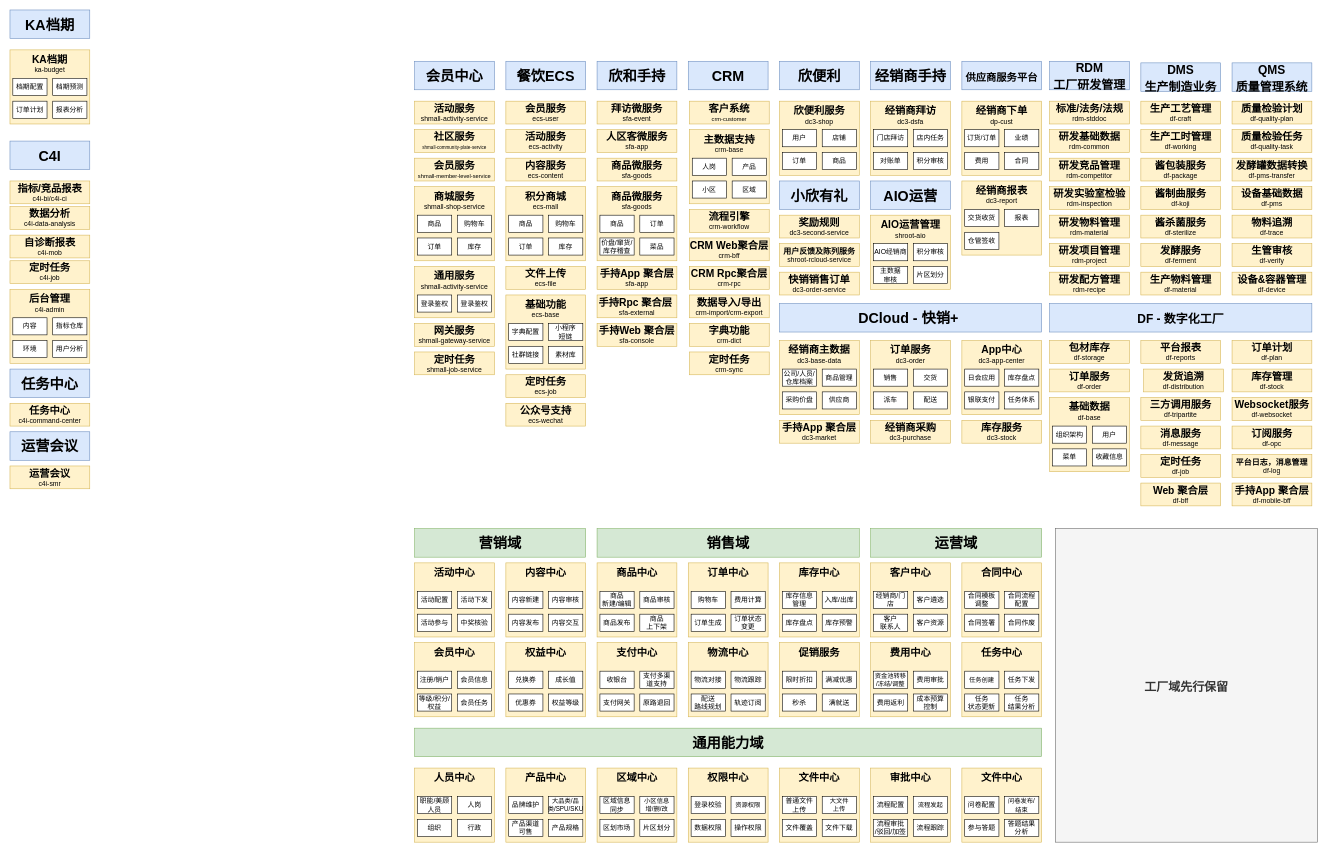
Before: shinho/【1021】架构图绘制.drawio in 18857545022/-, a draw.io diagram. Source tidied: cells renumbered, new cells numbered last; positions are measured from the earlier drawing's top-left corner, leaving out a move shared by most shapes. Both pictures are drawn from the tidied source at 57%, with x=0, y=0 at pixel (10, 10).
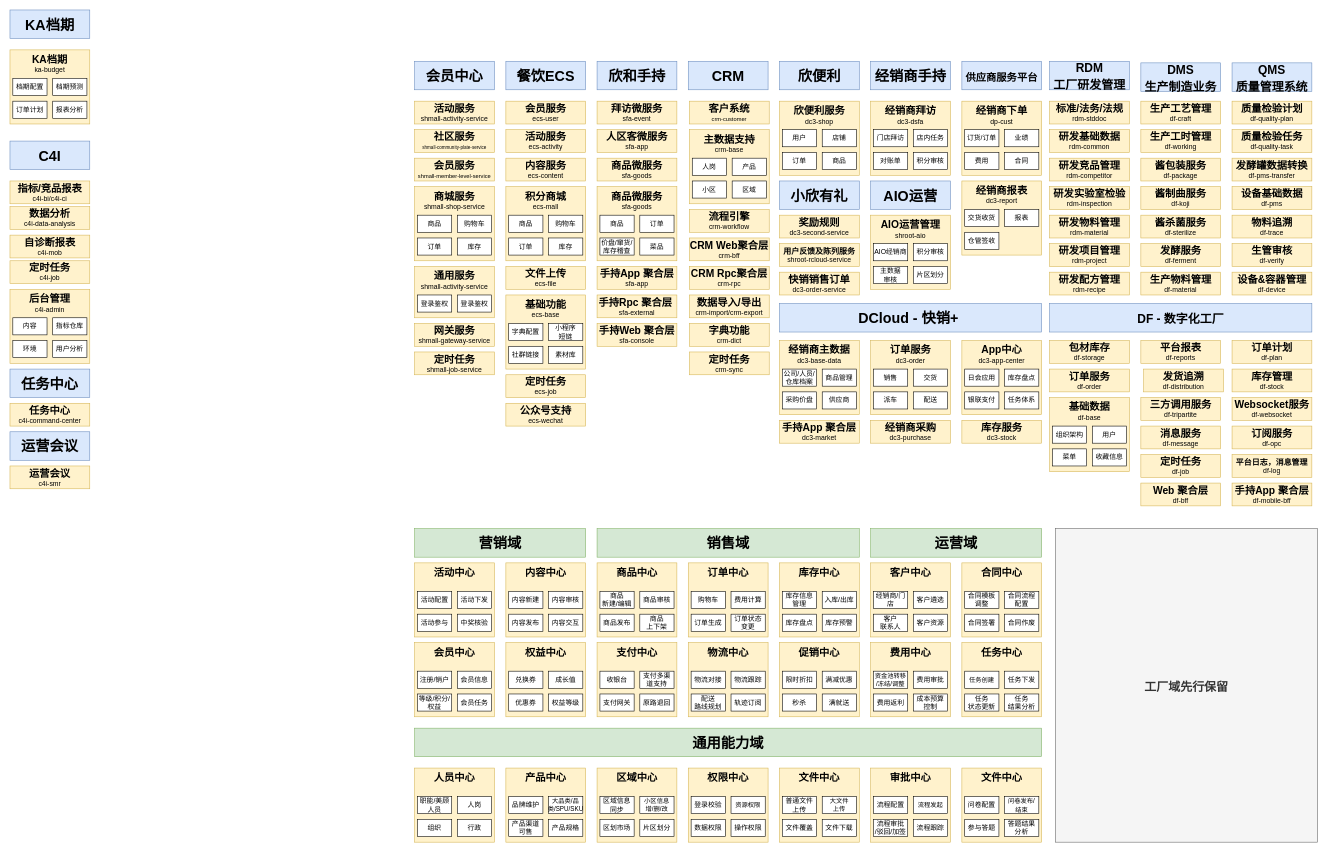
Above is the later version.

Commit message:
更新【1021】架构图绘制.drawio

The change refers to these unchanged cells:
```xml
<mxCell id="422" style="group;" parent="1" vertex="1">
  <mxGeometry x="1350" y="1110" width="140" height="130" as="geometry" />
</mxCell>
```

What changed in the source:
```diff
@@
-    <mxCell id="423" value="&lt;span style=&quot;font-size: 18px;&quot;&gt;&lt;b&gt;促销服务&lt;/b&gt;&lt;/span&gt;" style="rounded=0;whiteSpace=wrap;html=1;fillColor=#fff2cc;strokeColor=#d6b656;verticalAlign=top;" parent="422" vertex="1">
+    <mxCell id="423" value="&lt;span style=&quot;font-size: 18px;&quot;&gt;&lt;b&gt;促销中心&lt;/b&gt;&lt;/span&gt;" style="rounded=0;whiteSpace=wrap;html=1;fillColor=#fff2cc;strokeColor=#d6b656;verticalAlign=top;" parent="422" vertex="1">
       <mxGeometry width="140" height="130" as="geometry" />
     </mxCell>
```
